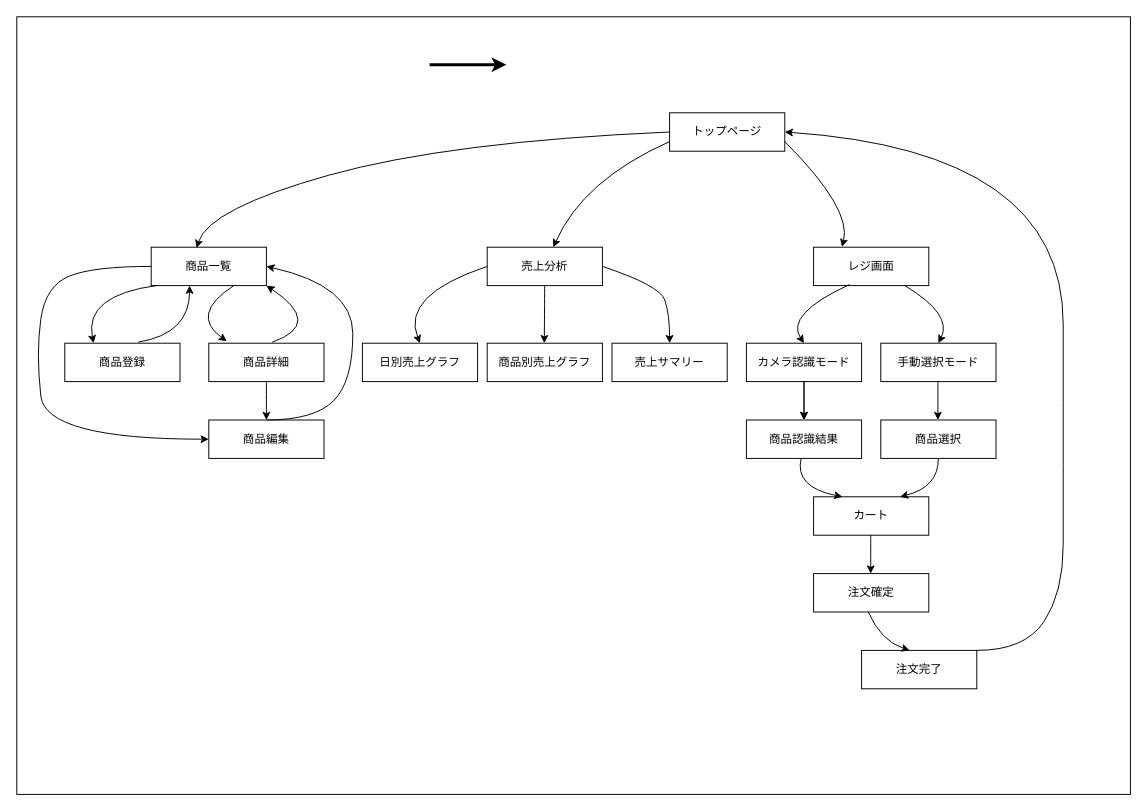
This is kantan-register-flow.dio from Ykuroyy/kantan-register, a draw.io file, before an edit. Source tidied: cells renumbered, new cells numbered last; positions are measured from the earlier drawing's top-left corner, leaving out a move shared by most shapes. Both pictures are drawn from the tidied source at 96%, with x=0, y=0 at pixel (16, 16).
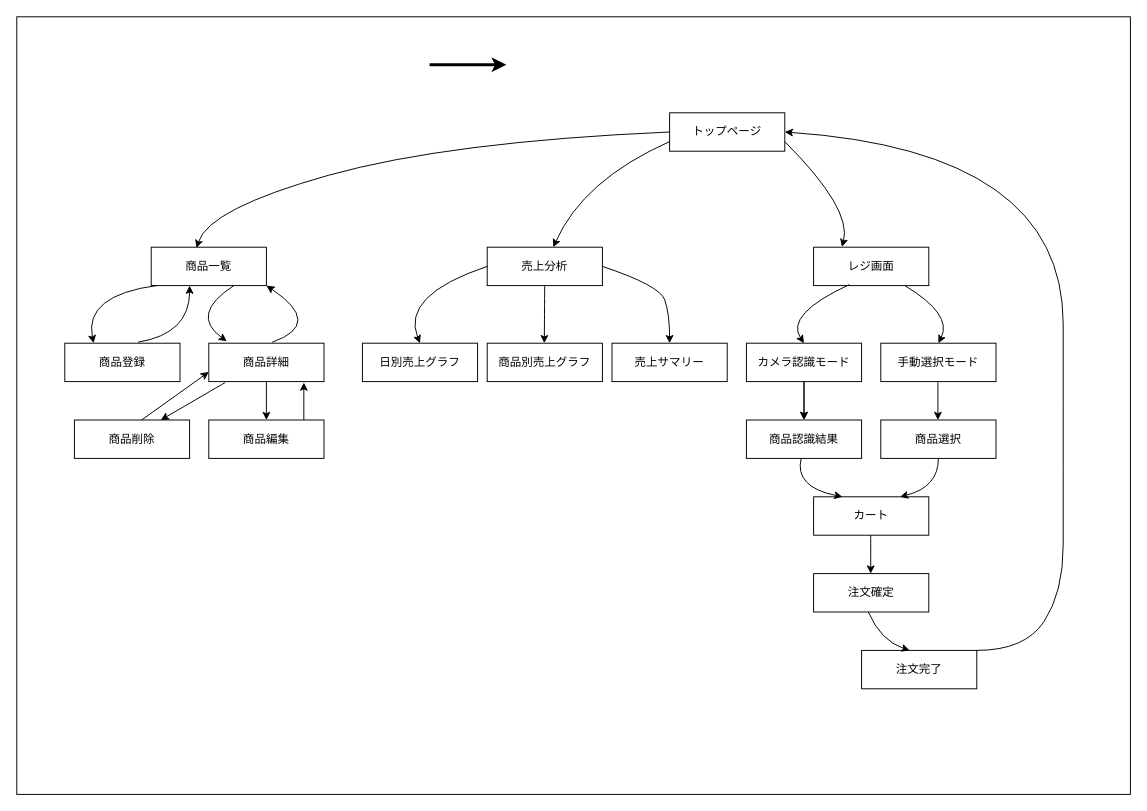
The same diagram, later.

The change refers to these unchanged cells:
```xml
<mxCell id="4" value="商品一覧" style="rounded=0;whiteSpace=wrap;html=1;" parent="1" vertex="1">
  <mxGeometry x="140" y="240" width="120" height="40" as="geometry" />
</mxCell>
<mxCell id="9" value="商品詳細" style="rounded=0;whiteSpace=wrap;html=1;" parent="1" vertex="1">
  <mxGeometry x="200" y="340" width="120" height="40" as="geometry" />
</mxCell>
<mxCell id="21" value="商品編集" style="rounded=0;whiteSpace=wrap;html=1;" parent="1" vertex="1">
  <mxGeometry x="200" y="420" width="120" height="40" as="geometry" />
</mxCell>
```

Diff of the diagram source:
```diff
@@
+    <mxCell id="44" style="edgeStyle=none;html=1;" parent="1" edge="1" source="9" target="21">
+      <mxGeometry relative="1" as="geometry" />
+    </mxCell>
@@
-    <mxCell id="23" style="curved=1;endArrow=classic;html=1;entryX=1;entryY=0.5;entryDx=0;entryDy=0;" parent="1" edge="1" target="4">
-      <mxGeometry relative="1" as="geometry">
-        <mxPoint x="260" y="420" as="sourcePoint" />
-        <Array as="points">
-          <mxPoint x="310" y="420" />
-          <mxPoint x="350" y="380" />
-          <mxPoint x="350" y="280" />
-        </Array>
-      </mxGeometry>
-    </mxCell>
-    <mxCell id="24" style="curved=1;endArrow=classic;html=1;entryX=0;entryY=0.5;entryDx=0;entryDy=0;exitX=0;exitY=0.5;exitDx=0;exitDy=0;" parent="1" edge="1" source="4" target="21">
-      <mxGeometry relative="1" as="geometry">
-        <Array as="points">
-          <mxPoint x="80" y="260" />
-          <mxPoint x="30" y="280" />
-          <mxPoint x="20" y="350" />
-          <mxPoint x="30" y="440" />
-        </Array>
-      </mxGeometry>
-    </mxCell>
@@
-    <mxCell id="29" style="curved=1;endArrow=classic;html=1;exitX=0.053;exitY=0.996;exitDx=0;exitDy=0;exitPerimeter=0;" parent="1" edge="1">
-      <mxGeometry relative="1" as="geometry">
-        <mxPoint x="260" y="380" as="sourcePoint" />
-        <mxPoint x="260" y="420" as="targetPoint" />
-      </mxGeometry>
-    </mxCell>
@@
+    <mxCell id="45" value="商品削除" style="rounded=0;whiteSpace=wrap;html=1;" parent="1" vertex="1">
+      <mxGeometry x="60" y="420" width="120" height="40" as="geometry" />
+    </mxCell>
+    <mxCell id="46" style="curved=1;endArrow=classic;html=1;exitX=0.142;exitY=1.025;exitDx=0;exitDy=0;exitPerimeter=0;" parent="1" edge="1" source="9">
+      <mxGeometry relative="1" as="geometry">
+        <mxPoint x="150" y="420" as="targetPoint" />
+      </mxGeometry>
+    </mxCell>
+    <mxCell id="47" style="endArrow=classic;html=1;entryX=0.825;entryY=1.025;entryDx=0;entryDy=0;entryPerimeter=0;exitX=0.825;exitY=0;exitDx=0;exitDy=0;exitPerimeter=0;" parent="1" edge="1" source="21" target="9">
+      <mxGeometry relative="1" as="geometry" />
+    </mxCell>
+    <mxCell id="48" style="endArrow=classic;html=1;entryX=0;entryY=0.75;entryDx=0;entryDy=0;" parent="1" edge="1" target="9">
+      <mxGeometry relative="1" as="geometry">
+        <mxPoint x="130" y="420" as="sourcePoint" />
+      </mxGeometry>
+    </mxCell>
```
